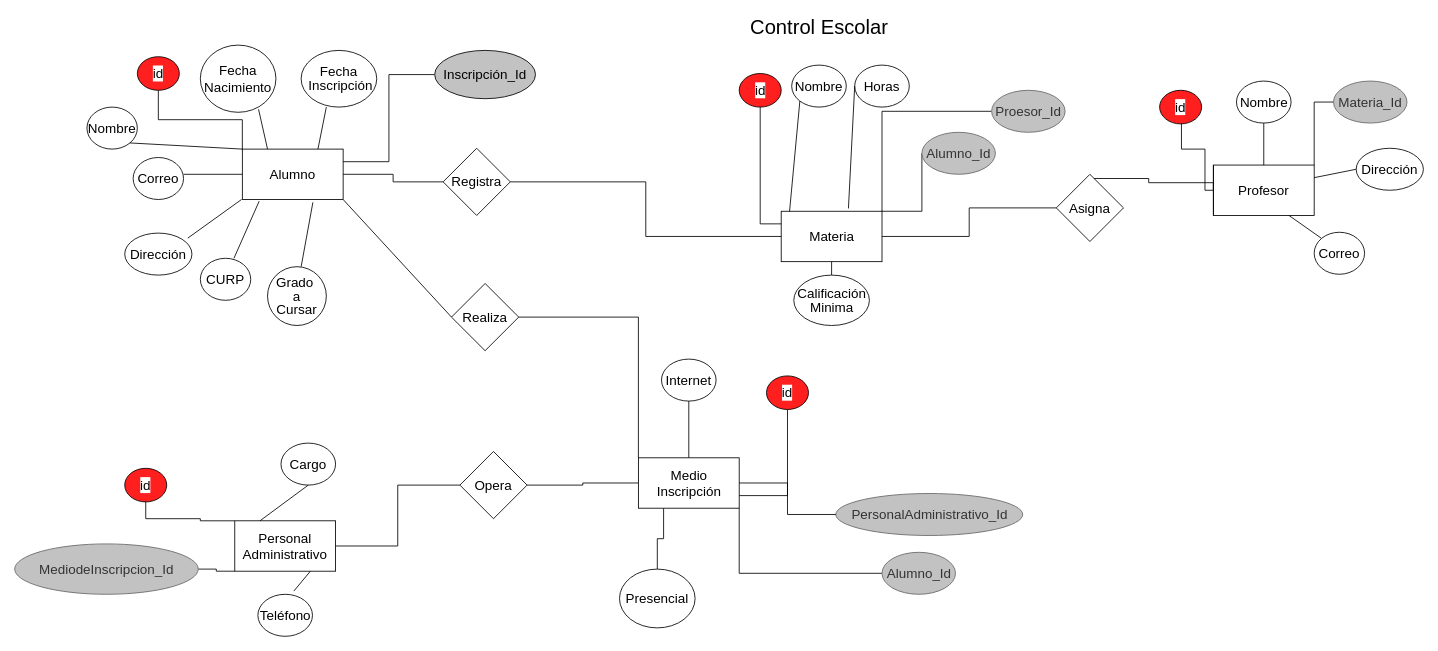
Earlier version of the draw.io diagram CONTROL ESCOLAR.drawio (jazzadahack323Gro/Diagrams). Source tidied: cells renumbered, new cells numbered last; positions are measured from the earlier drawing's top-left corner, leaving out a move shared by most shapes. Both pictures are drawn from the tidied source at 84%, with x=0, y=0 at pixel (14, 14).
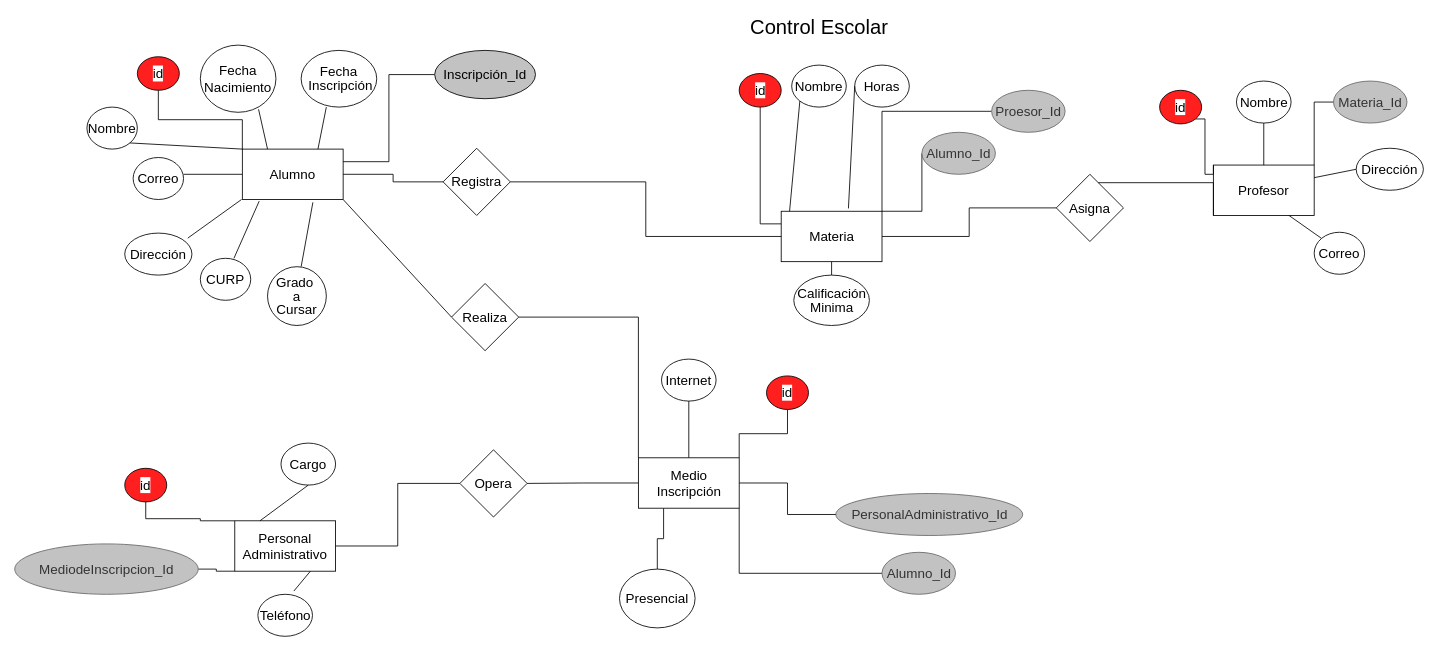
Above is the later version.

The change refers to these unchanged cells:
```xml
<mxCell id="6" value="&lt;font style=&quot;font-size: 16px&quot;&gt;Profesor&lt;/font&gt;" style="rounded=0;whiteSpace=wrap;html=1;" parent="1" vertex="1">
  <mxGeometry x="1427" y="179" width="120" height="60" as="geometry" />
</mxCell>
<mxCell id="13" value="id" style="ellipse;whiteSpace=wrap;html=1;fontSize=16;labelBackgroundColor=default;fillColor=#FF1F1F;" parent="1" vertex="1">
  <mxGeometry x="1363" y="90" width="50" height="40" as="geometry" />
</mxCell>
<mxCell id="28" value="&lt;font style=&quot;font-size: 16px&quot;&gt;Medio Inscripción&lt;br&gt;&lt;/font&gt;" style="rounded=0;whiteSpace=wrap;html=1;" parent="1" vertex="1">
  <mxGeometry x="742.5" y="527.5" width="120" height="60" as="geometry" />
</mxCell>
<mxCell id="43" value="id" style="ellipse;whiteSpace=wrap;html=1;fontSize=16;labelBackgroundColor=default;fillColor=#FF1F1F;" parent="1" vertex="1">
  <mxGeometry x="895" y="430" width="50" height="40" as="geometry" />
</mxCell>
<mxCell id="58" value="Asigna" style="rhombus;whiteSpace=wrap;html=1;labelBackgroundColor=none;fontSize=16;fillColor=none;" parent="1" vertex="1">
  <mxGeometry x="1240" y="190" width="80" height="80" as="geometry" />
</mxCell>
```

What changed in the source:
```diff
@@
     <mxCell id="12" style="edgeStyle=orthogonalEdgeStyle;rounded=0;jettySize=auto;html=1;exitX=1;exitY=1;exitDx=0;exitDy=0;fontSize=16;entryX=0;entryY=0;entryDx=0;entryDy=0;endArrow=none;endFill=0;" parent="1" edge="1" source="13" target="6">
       <mxGeometry relative="1" as="geometry">
         <Array as="points">
-          <mxPoint x="1389" y="160" />
-          <mxPoint x="1417" y="160" />
-          <mxPoint x="1417" y="209" />
-          <mxPoint x="1427" y="209" />
+          <mxPoint x="1417" y="124" />
+          <mxPoint x="1417" y="190" />
+          <mxPoint x="1427" y="190" />
         </Array>
       </mxGeometry>
     </mxCell>
@@
-    <mxCell id="42" style="edgeStyle=orthogonalEdgeStyle;rounded=0;jettySize=auto;html=1;exitX=0.5;exitY=1;exitDx=0;exitDy=0;entryX=1;entryY=0.75;entryDx=0;entryDy=0;fontSize=16;endArrow=none;endFill=0;" parent="1" edge="1" source="43" target="28">
+    <mxCell id="42" style="edgeStyle=orthogonalEdgeStyle;rounded=0;jettySize=auto;html=1;exitX=0.5;exitY=1;exitDx=0;exitDy=0;entryX=1;entryY=0;entryDx=0;entryDy=0;fontSize=16;endArrow=none;endFill=0;" parent="1" edge="1" source="43" target="28">
       <mxGeometry relative="1" as="geometry" />
     </mxCell>
@@
     <mxCell id="57" style="edgeStyle=orthogonalEdgeStyle;rounded=0;jettySize=auto;html=1;entryX=0;entryY=1;entryDx=0;entryDy=0;fontSize=16;endArrow=none;endFill=0;" parent="1" edge="1" source="58" target="6">
       <mxGeometry relative="1" as="geometry">
         <Array as="points">
-          <mxPoint x="1280" y="195" />
-          <mxPoint x="1350" y="195" />
-          <mxPoint x="1350" y="200" />
           <mxPoint x="1427" y="200" />
         </Array>
       </mxGeometry>
     </mxCell>
@@
     <mxCell id="60" value="Opera" style="rhombus;whiteSpace=wrap;html=1;labelBackgroundColor=none;fontSize=16;fillColor=none;" parent="1" vertex="1">
-      <mxGeometry x="530" y="520" width="80" height="80" as="geometry" />
+      <mxGeometry x="530" y="518" width="80" height="80" as="geometry" />
     </mxCell>
```
